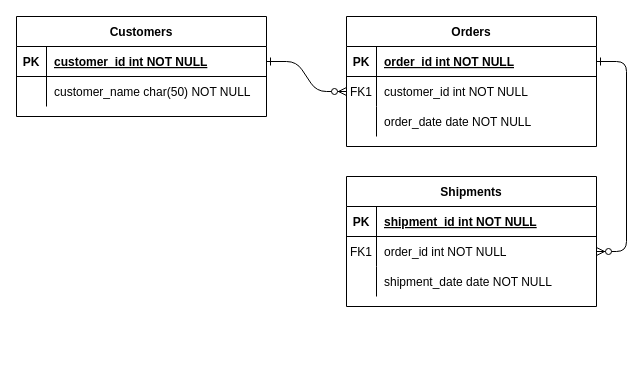
The draw.io diagram law ERD.drawio in yassein47/Al-Riyada-360, before the edit. Source tidied: cells renumbered, new cells numbered last; positions are measured from the earlier drawing's top-left corner, leaving out a move shared by most shapes. Both pictures are drawn from the tidied source at 100%, with x=0, y=0 at pixel (16, 16).
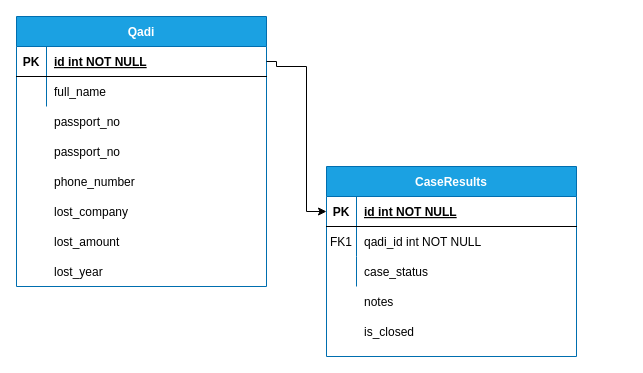
The same page after the edit.

Unchanged cells that the change refers to:
```xml
<mxCell id="5" style="shape=partialRectangle;fillColor=none;points=[[0,0.5],[1,0.5]];portConstraint=eastwest;top=0;left=0;right=0;bottom=1;" parent="4" vertex="1">
  <mxGeometry y="30" width="250" height="30" as="geometry" />
</mxCell>
<mxCell id="8" style="shape=partialRectangle;fillColor=none;points=[[0,0.5],[1,0.5]];portConstraint=eastwest;top=0;left=0;right=0;bottom=0;" parent="4" vertex="1">
  <mxGeometry y="60" width="250" height="30" as="geometry" />
</mxCell>
<mxCell id="11" style="shape=partialRectangle;fillColor=none;top=0;left=0;right=0;bottom=0;" parent="4" vertex="1">
  <mxGeometry y="90" width="250" height="30" as="geometry" />
</mxCell>
<mxCell id="25" style="shape=partialRectangle;fillColor=none;points=[[0,0.5],[1,0.5]];portConstraint=eastwest;top=0;left=0;right=0;bottom=1;" parent="24" vertex="1">
  <mxGeometry y="30" width="250" height="30" as="geometry" />
</mxCell>
<mxCell id="28" style="shape=partialRectangle;fillColor=none;top=0;left=0;right=0;bottom=0;" parent="24" vertex="1">
  <mxGeometry y="60" width="250" height="30" as="geometry" />
</mxCell>
```

Change to the diagram source:
```diff
@@
-    <mxCell id="2" style="edgeStyle=entityRelationEdgeStyle;endArrow=ERzeroToMany;startArrow=ERone;endFill=1;startFill=0;" parent="1" edge="1" source="25" target="8">
-      <mxGeometry relative="1" as="geometry" />
-    </mxCell>
-    <mxCell id="3" style="edgeStyle=entityRelationEdgeStyle;endArrow=ERzeroToMany;startArrow=ERone;endFill=1;startFill=0;" parent="1" edge="1" source="5" target="18">
-      <mxGeometry relative="1" as="geometry" />
-    </mxCell>
-    <mxCell id="4" value="Orders" style="shape=table;startSize=30;childLayout=tableLayout;rowLines=0;fontStyle=1;align=center;" parent="1" vertex="1">
-      <mxGeometry x="330" width="250" height="130" as="geometry" />
+    <mxCell id="4" value="CaseResults" style="shape=table;startSize=30;childLayout=tableLayout;rowLines=0;fontStyle=1;align=center;fillColor=#1ba1e2;fontColor=#ffffff;strokeColor=#006EAF;" parent="1" vertex="1">
+      <mxGeometry x="310" y="150" width="250" height="190" as="geometry" />
     </mxCell>
@@
-    <mxCell id="7" value="order_id int NOT NULL " style="shape=partialRectangle;overflow=hidden;fillColor=none;top=0;left=0;bottom=0;right=0;align=left;spacingLeft=6;fontStyle=5;" parent="5" vertex="1">
+    <mxCell id="7" value="id int NOT NULL " style="shape=partialRectangle;overflow=hidden;fillColor=none;top=0;left=0;bottom=0;right=0;align=left;spacingLeft=6;fontStyle=5;" parent="5" vertex="1">
       <mxGeometry x="30" width="220" height="30" as="geometry" />
     </mxCell>
@@
-    <mxCell id="10" value="customer_id int NOT NULL" style="shape=partialRectangle;overflow=hidden;fillColor=none;top=0;left=0;bottom=0;right=0;align=left;spacingLeft=6;" parent="8" vertex="1">
+    <mxCell id="10" value="qadi_id int NOT NULL" style="shape=partialRectangle;overflow=hidden;fillColor=none;top=0;left=0;bottom=0;right=0;align=left;spacingLeft=6;" parent="8" vertex="1">
       <mxGeometry x="30" width="220" height="30" as="geometry" />
     </mxCell>
@@
-    <mxCell id="13" value="order_date date NOT NULL" style="shape=partialRectangle;overflow=hidden;fillColor=none;top=0;left=0;bottom=0;right=0;align=left;spacingLeft=6;" parent="11" vertex="1">
+    <mxCell id="13" value="case_status" style="shape=partialRectangle;overflow=hidden;fillColor=none;top=0;left=0;bottom=0;right=0;align=left;spacingLeft=6;" parent="11" vertex="1">
       <mxGeometry x="30" width="220" height="30" as="geometry" />
     </mxCell>
-    <mxCell id="14" value="Shipments" style="shape=table;startSize=30;childLayout=tableLayout;rowLines=0;fontStyle=1;align=center;" parent="1" vertex="1">
-      <mxGeometry x="330" y="160" width="250" height="130" as="geometry" />
-    </mxCell>
-    <mxCell id="15" style="shape=partialRectangle;fillColor=none;top=0;left=0;right=0;bottom=1;" parent="14" vertex="1">
-      <mxGeometry y="30" width="250" height="30" as="geometry" />
-    </mxCell>
-    <mxCell id="16" value="PK" style="shape=partialRectangle;overflow=hidden;fillColor=none;top=0;left=0;bottom=0;right=0;fontStyle=1;" parent="15" vertex="1">
-      <mxGeometry width="30" height="30" as="geometry" />
-    </mxCell>
-    <mxCell id="17" value="shipment_id int NOT NULL " style="shape=partialRectangle;overflow=hidden;fillColor=none;top=0;left=0;bottom=0;right=0;align=left;spacingLeft=6;fontStyle=5;" parent="15" vertex="1">
-      <mxGeometry x="30" width="220" height="30" as="geometry" />
-    </mxCell>
-    <mxCell id="18" style="shape=partialRectangle;fillColor=none;points=[[0,0.5],[1,0.5]];portConstraint=eastwest;top=0;left=0;right=0;bottom=0;" parent="14" vertex="1">
-      <mxGeometry y="60" width="250" height="30" as="geometry" />
-    </mxCell>
-    <mxCell id="19" value="FK1" style="shape=partialRectangle;overflow=hidden;fillColor=none;top=0;left=0;bottom=0;right=0;" parent="18" vertex="1">
-      <mxGeometry width="30" height="30" as="geometry" />
-    </mxCell>
-    <mxCell id="20" value="order_id int NOT NULL" style="shape=partialRectangle;overflow=hidden;fillColor=none;top=0;left=0;bottom=0;right=0;align=left;spacingLeft=6;" parent="18" vertex="1">
-      <mxGeometry x="30" width="220" height="30" as="geometry" />
-    </mxCell>
-    <mxCell id="21" style="shape=partialRectangle;fillColor=none;top=0;left=0;right=0;bottom=0;" parent="14" vertex="1">
-      <mxGeometry y="90" width="250" height="30" as="geometry" />
-    </mxCell>
-    <mxCell id="22" style="shape=partialRectangle;overflow=hidden;fillColor=none;top=0;left=0;bottom=0;right=0;" parent="21" vertex="1">
-      <mxGeometry width="30" height="30" as="geometry" />
-    </mxCell>
-    <mxCell id="23" value="shipment_date date NOT NULL" style="shape=partialRectangle;overflow=hidden;fillColor=none;top=0;left=0;bottom=0;right=0;align=left;spacingLeft=6;" parent="21" vertex="1">
-      <mxGeometry x="30" width="220" height="30" as="geometry" />
-    </mxCell>
-    <mxCell id="24" value="Customers" style="shape=table;startSize=30;childLayout=tableLayout;rowLines=0;fontStyle=1;align=center;" parent="1" vertex="1">
-      <mxGeometry width="250" height="100" as="geometry" />
+    <mxCell id="24" value="Qadi" style="shape=table;startSize=30;childLayout=tableLayout;rowLines=0;fontStyle=1;align=center;fillColor=#1ba1e2;strokeColor=#006EAF;fontColor=#ffffff;" parent="1" vertex="1">
+      <mxGeometry width="250" height="270" as="geometry" />
     </mxCell>
@@
-    <mxCell id="27" value="customer_id int NOT NULL " style="shape=partialRectangle;overflow=hidden;fillColor=none;top=0;left=0;bottom=0;right=0;align=left;spacingLeft=6;fontStyle=5;" parent="25" vertex="1">
+    <mxCell id="27" value="id int NOT NULL " style="shape=partialRectangle;overflow=hidden;fillColor=none;top=0;left=0;bottom=0;right=0;align=left;spacingLeft=6;fontStyle=5;" parent="25" vertex="1">
       <mxGeometry x="30" width="220" height="30" as="geometry" />
     </mxCell>
@@
-    <mxCell id="30" value="customer_name char(50) NOT NULL" style="shape=partialRectangle;overflow=hidden;fillColor=none;top=0;left=0;bottom=0;right=0;align=left;spacingLeft=6;" parent="28" vertex="1">
+    <mxCell id="30" value="full_name" style="shape=partialRectangle;overflow=hidden;fillColor=none;top=0;left=0;bottom=0;right=0;align=left;spacingLeft=6;" parent="28" vertex="1">
       <mxGeometry x="30" width="220" height="30" as="geometry" />
     </mxCell>
+    <mxCell id="31" style="edgeStyle=orthogonalEdgeStyle;rounded=0;jettySize=auto;html=1;exitX=1;exitY=0.5;exitDx=0;exitDy=0;entryX=0;entryY=0.5;entryDx=0;entryDy=0;" parent="1" edge="1" source="25" target="5">
+      <mxGeometry relative="1" as="geometry">
+        <Array as="points">
+          <mxPoint x="260" y="45" />
+          <mxPoint x="260" y="50" />
+          <mxPoint x="290" y="50" />
+          <mxPoint x="290" y="195" />
+        </Array>
+      </mxGeometry>
+    </mxCell>
+    <mxCell id="32" style="shape=partialRectangle;overflow=hidden;fillColor=none;top=0;left=0;bottom=0;right=0;" parent="1" vertex="1">
+      <mxGeometry y="90" width="30" height="30" as="geometry" />
+    </mxCell>
+    <mxCell id="33" value="passport_no" style="shape=partialRectangle;overflow=hidden;fillColor=none;top=0;left=0;bottom=0;right=0;align=left;spacingLeft=6;" parent="1" vertex="1">
+      <mxGeometry x="30" y="90" width="220" height="30" as="geometry" />
+    </mxCell>
+    <mxCell id="34" style="shape=partialRectangle;overflow=hidden;fillColor=none;top=0;left=0;bottom=0;right=0;" parent="1" vertex="1">
+      <mxGeometry y="120" width="30" height="30" as="geometry" />
+    </mxCell>
+    <mxCell id="35" value="passport_no" style="shape=partialRectangle;overflow=hidden;fillColor=none;top=0;left=0;bottom=0;right=0;align=left;spacingLeft=6;" parent="1" vertex="1">
+      <mxGeometry x="30" y="120" width="220" height="30" as="geometry" />
+    </mxCell>
+    <mxCell id="36" style="shape=partialRectangle;overflow=hidden;fillColor=none;top=0;left=0;bottom=0;right=0;" parent="1" vertex="1">
+      <mxGeometry y="150" width="30" height="30" as="geometry" />
+    </mxCell>
+    <mxCell id="37" value="phone_number" style="shape=partialRectangle;overflow=hidden;fillColor=none;top=0;left=0;bottom=0;right=0;align=left;spacingLeft=6;" parent="1" vertex="1">
+      <mxGeometry x="30" y="150" width="220" height="30" as="geometry" />
+    </mxCell>
+    <mxCell id="38" style="shape=partialRectangle;overflow=hidden;fillColor=none;top=0;left=0;bottom=0;right=0;" parent="1" vertex="1">
+      <mxGeometry y="180" width="30" height="30" as="geometry" />
+    </mxCell>
+    <mxCell id="39" value="lost_company" style="shape=partialRectangle;overflow=hidden;fillColor=none;top=0;left=0;bottom=0;right=0;align=left;spacingLeft=6;" parent="1" vertex="1">
+      <mxGeometry x="30" y="180" width="220" height="30" as="geometry" />
+    </mxCell>
+    <mxCell id="40" style="shape=partialRectangle;overflow=hidden;fillColor=none;top=0;left=0;bottom=0;right=0;" parent="1" vertex="1">
+      <mxGeometry y="210" width="30" height="30" as="geometry" />
+    </mxCell>
+    <mxCell id="41" value="lost_amount" style="shape=partialRectangle;overflow=hidden;fillColor=none;top=0;left=0;bottom=0;right=0;align=left;spacingLeft=6;" parent="1" vertex="1">
+      <mxGeometry x="30" y="210" width="220" height="30" as="geometry" />
+    </mxCell>
+    <mxCell id="42" style="shape=partialRectangle;overflow=hidden;fillColor=none;top=0;left=0;bottom=0;right=0;" parent="1" vertex="1">
+      <mxGeometry y="240" width="30" height="30" as="geometry" />
+    </mxCell>
+    <mxCell id="43" value="lost_year" style="shape=partialRectangle;overflow=hidden;fillColor=none;top=0;left=0;bottom=0;right=0;align=left;spacingLeft=6;" parent="1" vertex="1">
+      <mxGeometry x="30" y="240" width="220" height="30" as="geometry" />
+    </mxCell>
+    <mxCell id="44" style="shape=partialRectangle;fillColor=none;top=0;left=0;right=0;bottom=0;" parent="1" vertex="1">
+      <mxGeometry x="310" y="270" width="250" height="30" as="geometry" />
+    </mxCell>
+    <mxCell id="45" style="shape=partialRectangle;overflow=hidden;fillColor=none;top=0;left=0;bottom=0;right=0;" parent="44" vertex="1">
+      <mxGeometry width="30" height="30" as="geometry" />
+    </mxCell>
+    <mxCell id="46" value="notes" style="shape=partialRectangle;overflow=hidden;fillColor=none;top=0;left=0;bottom=0;right=0;align=left;spacingLeft=6;" parent="44" vertex="1">
+      <mxGeometry x="30" width="220" height="30" as="geometry" />
+    </mxCell>
+    <mxCell id="47" style="shape=partialRectangle;fillColor=none;top=0;left=0;right=0;bottom=0;" parent="1" vertex="1">
+      <mxGeometry x="310" y="300" width="250" height="30" as="geometry" />
+    </mxCell>
+    <mxCell id="48" style="shape=partialRectangle;overflow=hidden;fillColor=none;top=0;left=0;bottom=0;right=0;" parent="47" vertex="1">
+      <mxGeometry width="30" height="30" as="geometry" />
+    </mxCell>
+    <mxCell id="49" value="is_closed" style="shape=partialRectangle;overflow=hidden;fillColor=none;top=0;left=0;bottom=0;right=0;align=left;spacingLeft=6;" parent="47" vertex="1">
+      <mxGeometry x="30" width="220" height="30" as="geometry" />
+    </mxCell>
```
